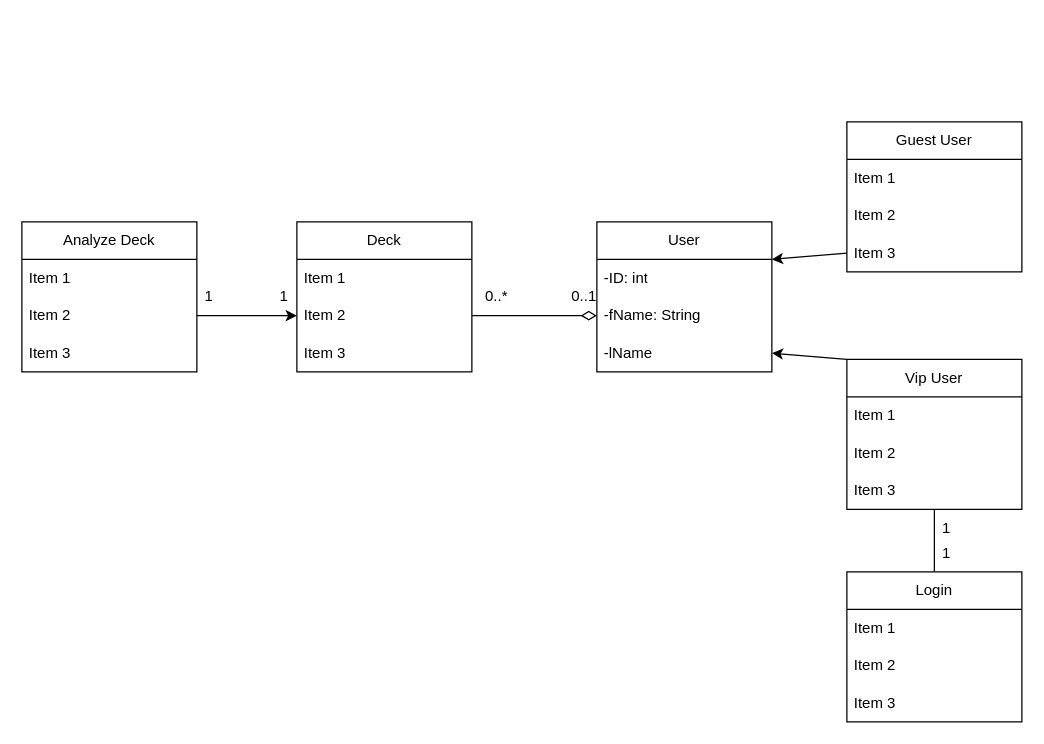
Above: UML_Diagrams/Backend_class_diagram.drawio in MTG-Deck-Aid/documentation-and-development (draw.io), before the change. Source tidied: cells renumbered, new cells numbered last; positions are measured from the earlier drawing's top-left corner, leaving out a move shared by most shapes. Both pictures are drawn from the tidied source at 125%, with x=0, y=0 at pixel (21, 121).
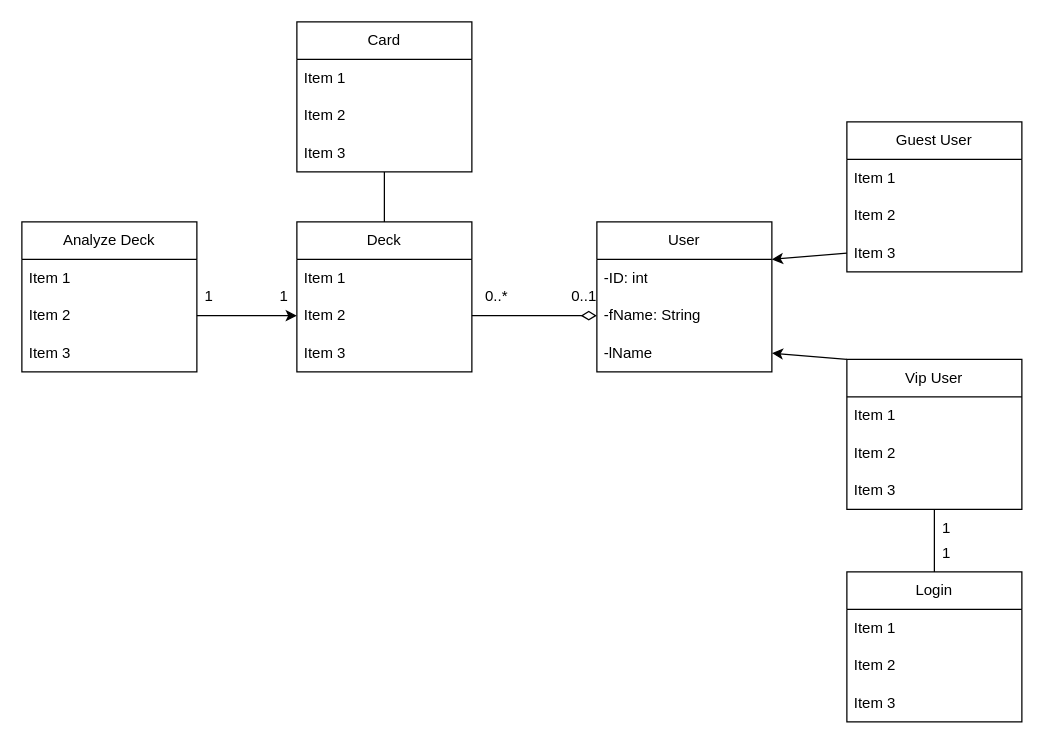
The same diagram, later.

Commit message:
Added card clas to uml diagram

Unchanged cells that the change refers to:
```xml
<mxCell id="2" value="Deck" style="swimlane;fontStyle=0;horizontal=1;startSize=30;whiteSpace=wrap;html=1;" parent="1" vertex="1">
  <mxGeometry x="220" y="80" width="140" height="120" as="geometry" />
</mxCell>
```

The edit, as a diff of the source:
```diff
@@
+    <mxCell id="37" value="Card" style="swimlane;fontStyle=0;horizontal=1;startSize=30;whiteSpace=wrap;html=1;" parent="1" vertex="1">
+      <mxGeometry x="220" y="-80" width="140" height="120" as="geometry" />
+    </mxCell>
+    <mxCell id="38" value="Item 1" style="text;strokeColor=none;fillColor=none;align=left;verticalAlign=middle;spacingLeft=4;spacingRight=4;overflow=hidden;whiteSpace=wrap;html=1;" parent="37" vertex="1">
+      <mxGeometry y="30" width="140" height="30" as="geometry" />
+    </mxCell>
+    <mxCell id="39" value="Item 2" style="text;strokeColor=none;fillColor=none;align=left;verticalAlign=middle;spacingLeft=4;spacingRight=4;overflow=hidden;whiteSpace=wrap;html=1;" parent="37" vertex="1">
+      <mxGeometry y="60" width="140" height="30" as="geometry" />
+    </mxCell>
+    <mxCell id="40" value="Item 3" style="text;strokeColor=none;fillColor=none;align=left;verticalAlign=middle;spacingLeft=4;spacingRight=4;overflow=hidden;whiteSpace=wrap;html=1;" parent="37" vertex="1">
+      <mxGeometry y="90" width="140" height="30" as="geometry" />
+    </mxCell>
+    <mxCell id="41" style="endArrow=none;html=1;exitX=0.5;exitY=0;exitDx=0;exitDy=0;" parent="1" edge="1" source="2">
+      <mxGeometry relative="1" as="geometry">
+        <mxPoint x="290" y="40" as="targetPoint" />
+      </mxGeometry>
+    </mxCell>
```
